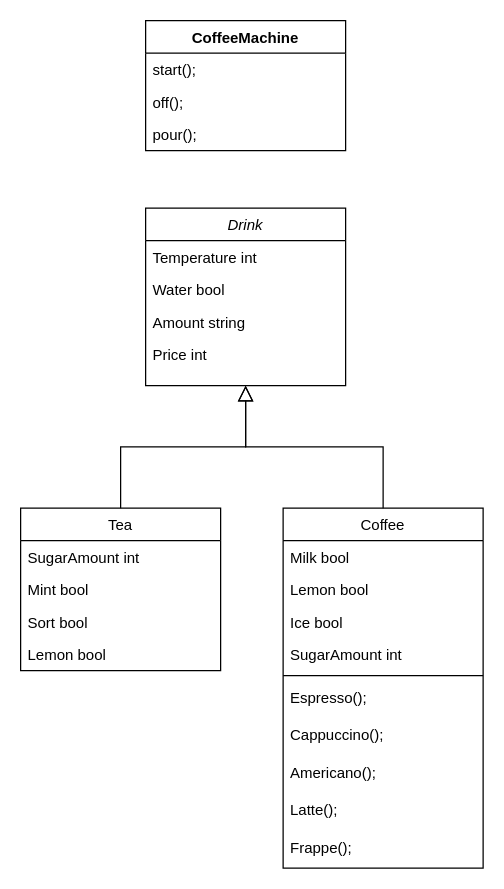
Earlier version of the draw.io diagram Диаграммы/classesDiagram.drawio (programmers42p/CoffeMachineApp). Source tidied: cells renumbered, new cells numbered last; positions are measured from the earlier drawing's top-left corner, leaving out a move shared by most shapes. Both pictures are drawn from the tidied source at 125%, with x=0, y=0 at pixel (20, 20).
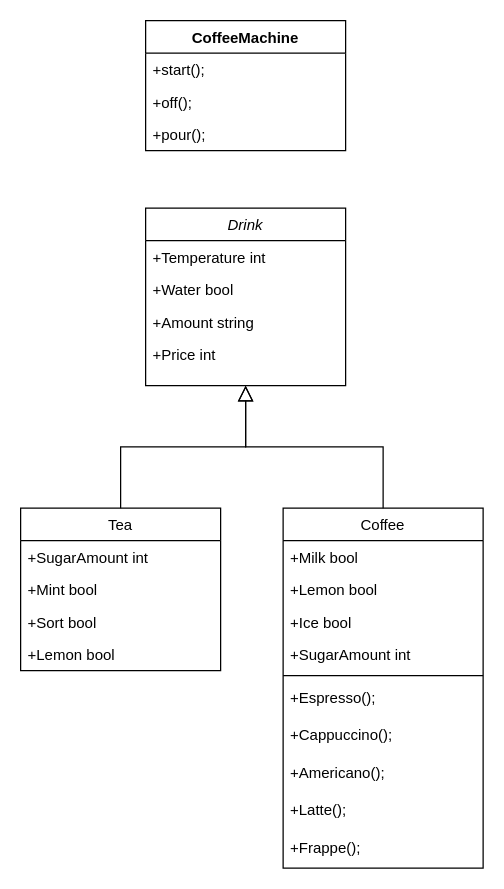
The same page after the edit.

The change refers to these unchanged cells:
```xml
<mxCell id="2" value="Drink" style="swimlane;fontStyle=2;align=center;verticalAlign=top;horizontal=1;startSize=26;rounded=0;shadow=0;strokeWidth=1;" parent="1" vertex="1">
  <mxGeometry x="100" y="150" width="160" height="142" as="geometry" />
</mxCell>
<mxCell id="7" value="Tea" style="swimlane;fontStyle=0;align=center;verticalAlign=top;horizontal=1;startSize=26;rounded=0;shadow=0;strokeWidth=1;" parent="1" vertex="1">
  <mxGeometry y="390" width="160" height="130" as="geometry" />
</mxCell>
<mxCell id="13" value="Coffee" style="swimlane;fontStyle=0;align=center;verticalAlign=top;horizontal=1;startSize=26;rounded=0;shadow=0;strokeWidth=1;" parent="1" vertex="1">
  <mxGeometry x="210" y="390" width="160" height="288" as="geometry" />
</mxCell>
<mxCell id="25" value="CoffeeMachine" style="swimlane;fontStyle=1;align=center;verticalAlign=top;horizontal=1;startSize=26;" parent="1" vertex="1">
  <mxGeometry x="100" width="160" height="104" as="geometry" />
</mxCell>
```

What changed in the source:
```diff
@@
-    <mxCell id="3" value="Temperature int" style="text;align=left;verticalAlign=top;spacingLeft=4;spacingRight=4;overflow=hidden;rounded=0;shadow=0;html=0;" parent="2" vertex="1">
+    <mxCell id="3" value="+Temperature int" style="text;align=left;verticalAlign=top;spacingLeft=4;spacingRight=4;overflow=hidden;rounded=0;shadow=0;html=0;" parent="2" vertex="1">
       <mxGeometry y="26" width="160" height="26" as="geometry" />
     </mxCell>
-    <mxCell id="4" value="Water bool" style="text;align=left;verticalAlign=top;spacingLeft=4;spacingRight=4;overflow=hidden;rounded=0;shadow=0;html=0;" parent="2" vertex="1">
+    <mxCell id="4" value="+Water bool" style="text;align=left;verticalAlign=top;spacingLeft=4;spacingRight=4;overflow=hidden;rounded=0;shadow=0;html=0;" parent="2" vertex="1">
       <mxGeometry y="52" width="160" height="26" as="geometry" />
     </mxCell>
-    <mxCell id="5" value="Amount string" style="text;strokeColor=none;fillColor=none;align=left;verticalAlign=top;spacingLeft=4;spacingRight=4;overflow=hidden;" parent="2" vertex="1">
+    <mxCell id="5" value="+Amount string" style="text;strokeColor=none;fillColor=none;align=left;verticalAlign=top;spacingLeft=4;spacingRight=4;overflow=hidden;" parent="2" vertex="1">
       <mxGeometry y="78" width="160" height="26" as="geometry" />
     </mxCell>
-    <mxCell id="6" value="Price int" style="text;strokeColor=none;fillColor=none;align=left;verticalAlign=top;spacingLeft=4;spacingRight=4;overflow=hidden;" parent="2" vertex="1">
+    <mxCell id="6" value="+Price int" style="text;strokeColor=none;fillColor=none;align=left;verticalAlign=top;spacingLeft=4;spacingRight=4;overflow=hidden;" parent="2" vertex="1">
       <mxGeometry y="104" width="160" height="26" as="geometry" />
     </mxCell>
@@
-    <mxCell id="8" value="SugarAmount int" style="text;strokeColor=none;fillColor=none;align=left;verticalAlign=top;spacingLeft=4;spacingRight=4;overflow=hidden;" parent="7" vertex="1">
+    <mxCell id="8" value="+SugarAmount int" style="text;strokeColor=none;fillColor=none;align=left;verticalAlign=top;spacingLeft=4;spacingRight=4;overflow=hidden;" parent="7" vertex="1">
       <mxGeometry y="26" width="160" height="26" as="geometry" />
     </mxCell>
-    <mxCell id="9" value="Mint bool" style="text;strokeColor=none;fillColor=none;align=left;verticalAlign=top;spacingLeft=4;spacingRight=4;overflow=hidden;" parent="7" vertex="1">
+    <mxCell id="9" value="+Mint bool" style="text;strokeColor=none;fillColor=none;align=left;verticalAlign=top;spacingLeft=4;spacingRight=4;overflow=hidden;" parent="7" vertex="1">
       <mxGeometry y="52" width="160" height="26" as="geometry" />
     </mxCell>
-    <mxCell id="10" value="Sort bool" style="text;strokeColor=none;fillColor=none;align=left;verticalAlign=top;spacingLeft=4;spacingRight=4;overflow=hidden;" parent="7" vertex="1">
+    <mxCell id="10" value="+Sort bool" style="text;strokeColor=none;fillColor=none;align=left;verticalAlign=top;spacingLeft=4;spacingRight=4;overflow=hidden;" parent="7" vertex="1">
       <mxGeometry y="78" width="160" height="26" as="geometry" />
     </mxCell>
-    <mxCell id="11" value="Lemon bool" style="text;strokeColor=none;fillColor=none;align=left;verticalAlign=top;spacingLeft=4;spacingRight=4;overflow=hidden;" parent="7" vertex="1">
+    <mxCell id="11" value="+Lemon bool" style="text;strokeColor=none;fillColor=none;align=left;verticalAlign=top;spacingLeft=4;spacingRight=4;overflow=hidden;" parent="7" vertex="1">
       <mxGeometry y="104" width="160" height="26" as="geometry" />
     </mxCell>
@@
-    <mxCell id="14" value="Milk bool" style="text;strokeColor=none;fillColor=none;align=left;verticalAlign=top;spacingLeft=4;spacingRight=4;overflow=hidden;" parent="13" vertex="1">
+    <mxCell id="14" value="+Milk bool" style="text;strokeColor=none;fillColor=none;align=left;verticalAlign=top;spacingLeft=4;spacingRight=4;overflow=hidden;" parent="13" vertex="1">
       <mxGeometry y="26" width="160" height="26" as="geometry" />
     </mxCell>
-    <mxCell id="15" value="Lemon bool" style="text;strokeColor=none;fillColor=none;align=left;verticalAlign=top;spacingLeft=4;spacingRight=4;overflow=hidden;" parent="13" vertex="1">
+    <mxCell id="15" value="+Lemon bool" style="text;strokeColor=none;fillColor=none;align=left;verticalAlign=top;spacingLeft=4;spacingRight=4;overflow=hidden;" parent="13" vertex="1">
       <mxGeometry y="52" width="160" height="26" as="geometry" />
     </mxCell>
-    <mxCell id="16" value="Ice bool" style="text;strokeColor=none;fillColor=none;align=left;verticalAlign=top;spacingLeft=4;spacingRight=4;overflow=hidden;" parent="13" vertex="1">
+    <mxCell id="16" value="+Ice bool" style="text;strokeColor=none;fillColor=none;align=left;verticalAlign=top;spacingLeft=4;spacingRight=4;overflow=hidden;" parent="13" vertex="1">
       <mxGeometry y="78" width="160" height="26" as="geometry" />
     </mxCell>
-    <mxCell id="17" value="SugarAmount int" style="text;strokeColor=none;fillColor=none;align=left;verticalAlign=top;spacingLeft=4;spacingRight=4;overflow=hidden;" parent="13" vertex="1">
+    <mxCell id="17" value="+SugarAmount int" style="text;strokeColor=none;fillColor=none;align=left;verticalAlign=top;spacingLeft=4;spacingRight=4;overflow=hidden;" parent="13" vertex="1">
       <mxGeometry y="104" width="160" height="26" as="geometry" />
     </mxCell>
@@
-    <mxCell id="19" value="Espresso();" style="text;strokeColor=none;fillColor=none;align=left;verticalAlign=top;spacingLeft=4;spacingRight=4;overflow=hidden;" parent="13" vertex="1">
+    <mxCell id="19" value="+Espresso();" style="text;strokeColor=none;fillColor=none;align=left;verticalAlign=top;spacingLeft=4;spacingRight=4;overflow=hidden;" parent="13" vertex="1">
       <mxGeometry y="138" width="160" height="30" as="geometry" />
     </mxCell>
-    <mxCell id="20" value="Cappuccino();" style="text;strokeColor=none;fillColor=none;align=left;verticalAlign=top;spacingLeft=4;spacingRight=4;overflow=hidden;" parent="13" vertex="1">
+    <mxCell id="20" value="+Cappuccino();" style="text;strokeColor=none;fillColor=none;align=left;verticalAlign=top;spacingLeft=4;spacingRight=4;overflow=hidden;" parent="13" vertex="1">
       <mxGeometry y="168" width="160" height="30" as="geometry" />
     </mxCell>
-    <mxCell id="21" value="Americano();" style="text;strokeColor=none;fillColor=none;align=left;verticalAlign=top;spacingLeft=4;spacingRight=4;overflow=hidden;" parent="13" vertex="1">
+    <mxCell id="21" value="+Americano();" style="text;strokeColor=none;fillColor=none;align=left;verticalAlign=top;spacingLeft=4;spacingRight=4;overflow=hidden;" parent="13" vertex="1">
       <mxGeometry y="198" width="160" height="30" as="geometry" />
     </mxCell>
-    <mxCell id="22" value="Latte();" style="text;strokeColor=none;fillColor=none;align=left;verticalAlign=top;spacingLeft=4;spacingRight=4;overflow=hidden;" parent="13" vertex="1">
+    <mxCell id="22" value="+Latte();" style="text;strokeColor=none;fillColor=none;align=left;verticalAlign=top;spacingLeft=4;spacingRight=4;overflow=hidden;" parent="13" vertex="1">
       <mxGeometry y="228" width="160" height="30" as="geometry" />
     </mxCell>
-    <mxCell id="23" value="Frappe();" style="text;strokeColor=none;fillColor=none;align=left;verticalAlign=top;spacingLeft=4;spacingRight=4;overflow=hidden;" parent="13" vertex="1">
+    <mxCell id="23" value="+Frappe();" style="text;strokeColor=none;fillColor=none;align=left;verticalAlign=top;spacingLeft=4;spacingRight=4;overflow=hidden;" parent="13" vertex="1">
       <mxGeometry y="258" width="160" height="30" as="geometry" />
     </mxCell>
@@
-    <mxCell id="26" value="start();" style="text;strokeColor=none;fillColor=none;align=left;verticalAlign=top;spacingLeft=4;spacingRight=4;overflow=hidden;" parent="25" vertex="1">
+    <mxCell id="26" value="+start();" style="text;strokeColor=none;fillColor=none;align=left;verticalAlign=top;spacingLeft=4;spacingRight=4;overflow=hidden;" parent="25" vertex="1">
       <mxGeometry y="26" width="160" height="26" as="geometry" />
     </mxCell>
-    <mxCell id="27" value="off();" style="text;strokeColor=none;fillColor=none;align=left;verticalAlign=top;spacingLeft=4;spacingRight=4;overflow=hidden;" parent="25" vertex="1">
+    <mxCell id="27" value="+off();" style="text;strokeColor=none;fillColor=none;align=left;verticalAlign=top;spacingLeft=4;spacingRight=4;overflow=hidden;" parent="25" vertex="1">
       <mxGeometry y="52" width="160" height="26" as="geometry" />
     </mxCell>
-    <mxCell id="28" value="pour();" style="text;strokeColor=none;fillColor=none;align=left;verticalAlign=top;spacingLeft=4;spacingRight=4;overflow=hidden;" parent="25" vertex="1">
+    <mxCell id="28" value="+pour();" style="text;strokeColor=none;fillColor=none;align=left;verticalAlign=top;spacingLeft=4;spacingRight=4;overflow=hidden;" parent="25" vertex="1">
       <mxGeometry y="78" width="160" height="26" as="geometry" />
     </mxCell>
```
